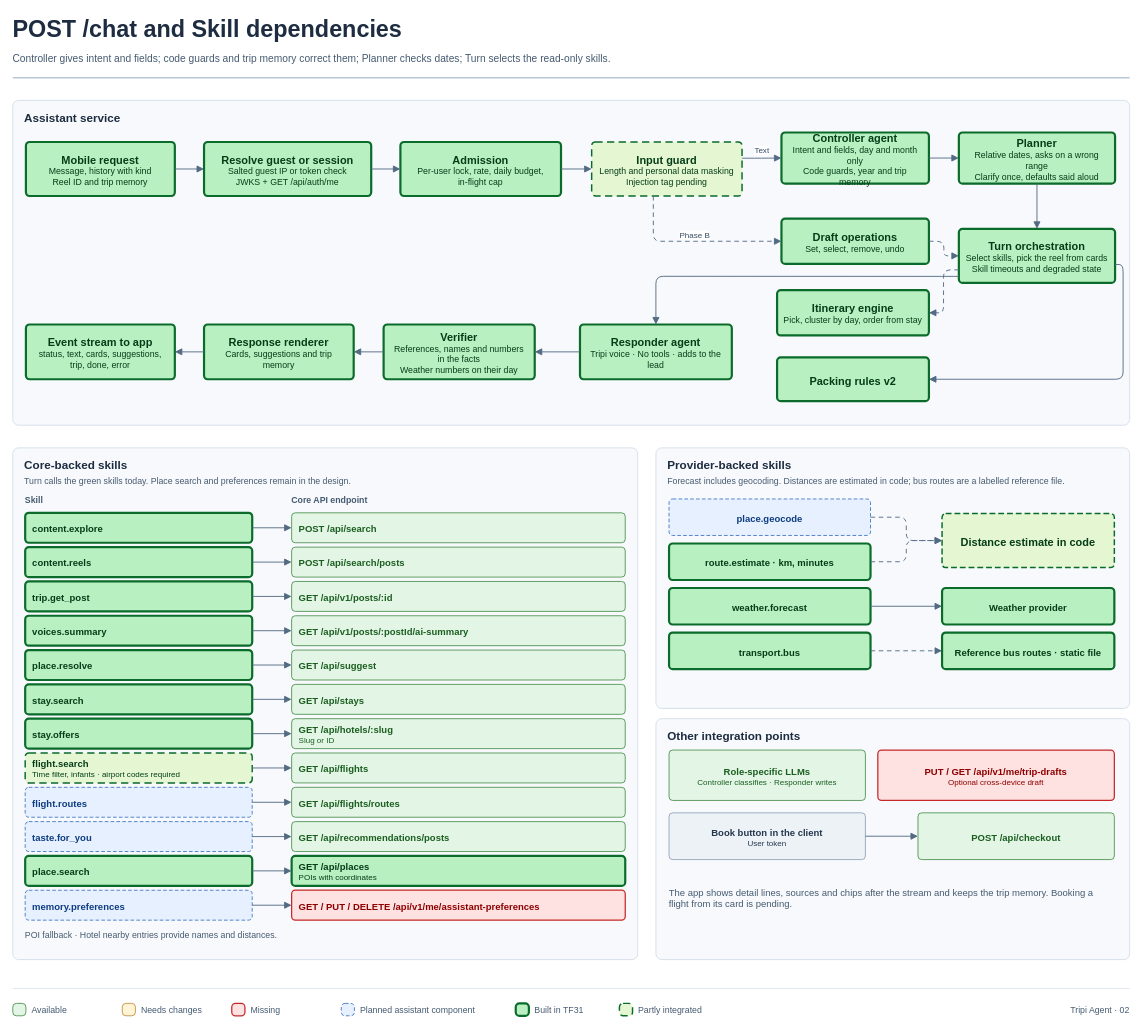
Above: page "02 Luồng chat và Skill" (3 of 6) of docs/architecture/tripi-agent-kien-truc-chi-tiet.drawio in Sukemcute/tripflix-ai (draw.io), before the change. Source tidied: cells renumbered, new cells numbered last; positions are measured from the earlier drawing's top-left corner, leaving out a move shared by most shapes. Both pictures are drawn from the tidied source at 73%, with x=0, y=0 at pixel (12, 12).
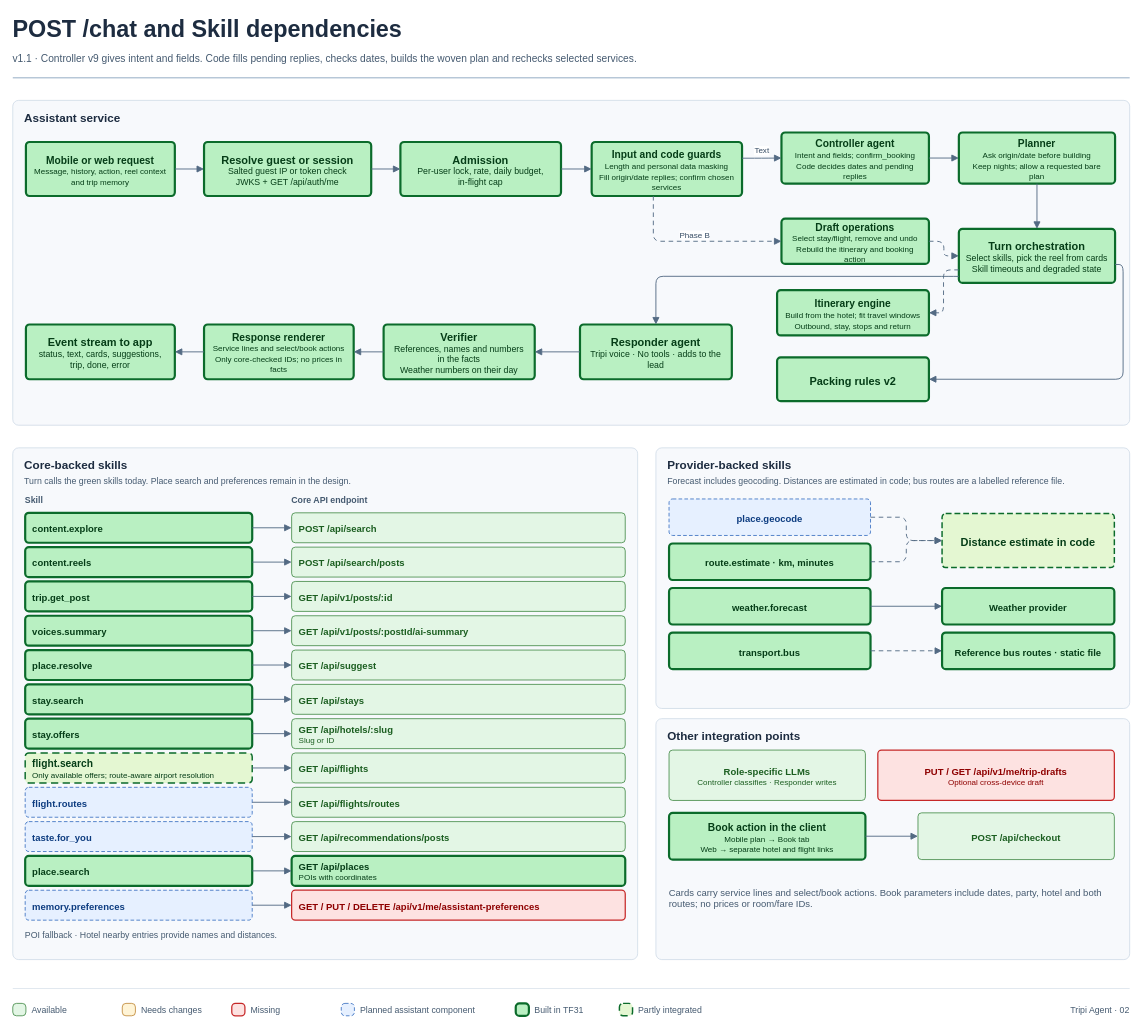
The same diagram, later.

Diff of the diagram source:
```diff
@@
-    <mxCell id="3" value="Controller gives intent and fields; code guards and trip memory correct them; Planner checks dates; Turn selects the read-only skills." style="whiteSpace=wrap;html=1;fillColor=none;fontFamily=Arial;text;whiteSpace=wrap;strokeColor=none;align=left;verticalAlign=middle;spacing=0;fontSize=14;fontColor=#455A70;fontStyle=0;" parent="1" vertex="1">
+    <mxCell id="3" value="v1.1 · Controller v9 gives intent and fields. Code fills pending replies, checks dates, builds the woven plan and rechecks selected services." style="whiteSpace=wrap;html=1;fillColor=none;fontFamily=Arial;text;whiteSpace=wrap;strokeColor=none;align=left;verticalAlign=middle;spacing=0;fontSize=14;fontColor=#455A70;fontStyle=0;" parent="1" vertex="1">
       <mxGeometry y="51" width="1530" height="24" as="geometry" />
     </mxCell>
@@
-    <mxCell id="17" value="&lt;span style=&quot;font-size:15px&quot;&gt;&lt;b&gt;Mobile request&lt;/b&gt;&lt;/span&gt;&lt;br&gt;&lt;span style=&quot;font-size:12px&quot;&gt;Message, history with kind&lt;br&gt;Reel ID and trip memory&lt;/span&gt;" style="whiteSpace=wrap;html=1;fontFamily=Arial;rounded=1;absoluteArcSize=1;arcSize=10;align=center;verticalAlign=middle;spacingLeft=8;spacingRight=8;spacingTop=3;fillColor=#B9F0C2;strokeColor=#0B6B2B;fontColor=#053D17;strokeWidth=3;" parent="1" vertex="1">
+    <mxCell id="17" value="&lt;b style=&quot;font-size:14px&quot;&gt;Mobile or web request&lt;/b&gt;&lt;br&gt;&lt;span style=&quot;font-size:11px&quot;&gt;Message, history, action, reel context and trip memory&lt;/span&gt;" style="whiteSpace=wrap;html=1;fontFamily=Arial;rounded=1;absoluteArcSize=1;arcSize=10;align=center;verticalAlign=middle;spacingLeft=8;spacingRight=8;spacingTop=3;fillColor=#B9F0C2;strokeColor=#0B6B2B;fontColor=#053D17;strokeWidth=3;" parent="1" vertex="1">
       <mxGeometry x="18" y="177" width="204" height="74" as="geometry" />
     </mxCell>
@@
-    <mxCell id="20" value="&lt;span style=&quot;font-size:15px&quot;&gt;&lt;b&gt;Input guard&lt;/b&gt;&lt;/span&gt;&lt;br&gt;&lt;span style=&quot;font-size:12px&quot;&gt;Length and personal data masking&lt;br&gt;Injection tag pending&lt;/span&gt;" style="whiteSpace=wrap;html=1;fontFamily=Arial;rounded=1;absoluteArcSize=1;arcSize=10;align=center;verticalAlign=middle;spacingLeft=8;spacingRight=8;spacingTop=3;fillColor=#E4F7D2;strokeColor=#0B6B2B;fontColor=#053D17;strokeWidth=2;dashed=1;dashPattern=5 3;" parent="1" vertex="1">
+    <mxCell id="20" value="&lt;b style=&quot;font-size:14px&quot;&gt;Input and code guards&lt;/b&gt;&lt;br&gt;&lt;span style=&quot;font-size:11px&quot;&gt;Length and personal data masking&lt;br&gt;Fill origin/date replies; confirm chosen services&lt;/span&gt;" style="whiteSpace=wrap;html=1;fontFamily=Arial;rounded=1;absoluteArcSize=1;arcSize=10;align=center;verticalAlign=middle;spacingLeft=8;spacingRight=8;spacingTop=3;fillColor=#B9F0C2;strokeColor=#0B6B2B;fontColor=#053D17;strokeWidth=3;" parent="1" vertex="1">
       <mxGeometry x="793" y="177" width="206" height="74" as="geometry" />
     </mxCell>
-    <mxCell id="21" value="&lt;span style=&quot;font-size:15px&quot;&gt;&lt;b&gt;Controller agent&lt;/b&gt;&lt;/span&gt;&lt;br&gt;&lt;span style=&quot;font-size:12px&quot;&gt;Intent and fields, day and month only&lt;br&gt;Code guards, year and trip memory&lt;/span&gt;" style="whiteSpace=wrap;html=1;fontFamily=Arial;rounded=1;absoluteArcSize=1;arcSize=10;align=center;verticalAlign=middle;spacingLeft=8;spacingRight=8;spacingTop=3;fillColor=#B9F0C2;strokeColor=#0B6B2B;fontColor=#053D17;strokeWidth=3;" parent="1" vertex="1">
+    <mxCell id="21" value="&lt;b style=&quot;font-size:14px&quot;&gt;Controller agent&lt;/b&gt;&lt;br&gt;&lt;span style=&quot;font-size:11px&quot;&gt;Intent and fields; confirm_booking&lt;br&gt;Code decides dates and pending replies&lt;/span&gt;" style="whiteSpace=wrap;html=1;fontFamily=Arial;rounded=1;absoluteArcSize=1;arcSize=10;align=center;verticalAlign=middle;spacingLeft=8;spacingRight=8;spacingTop=3;fillColor=#B9F0C2;strokeColor=#0B6B2B;fontColor=#053D17;strokeWidth=3;" parent="1" vertex="1">
       <mxGeometry x="1053" y="164" width="202" height="70" as="geometry" />
     </mxCell>
-    <mxCell id="22" value="&lt;span style=&quot;font-size:15px&quot;&gt;&lt;b&gt;Draft operations&lt;/b&gt;&lt;/span&gt;&lt;br&gt;&lt;span style=&quot;font-size:12px&quot;&gt;Set, select, remove, undo&lt;/span&gt;" style="whiteSpace=wrap;html=1;fontFamily=Arial;rounded=1;absoluteArcSize=1;arcSize=10;align=center;verticalAlign=middle;spacingLeft=8;spacingRight=8;spacingTop=3;fillColor=#B9F0C2;strokeColor=#0B6B2B;fontColor=#053D17;strokeWidth=3;" parent="1" vertex="1">
+    <mxCell id="22" value="&lt;b style=&quot;font-size:14px&quot;&gt;Draft operations&lt;/b&gt;&lt;br&gt;&lt;span style=&quot;font-size:11px&quot;&gt;Select stay/flight, remove and undo&lt;br&gt;Rebuild the itinerary and booking action&lt;/span&gt;" style="whiteSpace=wrap;html=1;fontFamily=Arial;rounded=1;absoluteArcSize=1;arcSize=10;align=center;verticalAlign=middle;spacingLeft=8;spacingRight=8;spacingTop=3;fillColor=#B9F0C2;strokeColor=#0B6B2B;fontColor=#053D17;strokeWidth=3;" parent="1" vertex="1">
       <mxGeometry x="1053" y="282" width="202" height="62" as="geometry" />
     </mxCell>
-    <mxCell id="23" value="&lt;span style=&quot;font-size:15px&quot;&gt;&lt;b&gt;Planner&lt;/b&gt;&lt;/span&gt;&lt;br&gt;&lt;span style=&quot;font-size:12px&quot;&gt;Relative dates, asks on a wrong range&lt;br&gt;Clarify once, defaults said aloud&lt;/span&gt;" style="whiteSpace=wrap;html=1;fontFamily=Arial;rounded=1;absoluteArcSize=1;arcSize=10;align=center;verticalAlign=middle;spacingLeft=8;spacingRight=8;spacingTop=3;fillColor=#B9F0C2;strokeColor=#0B6B2B;fontColor=#053D17;strokeWidth=3;" parent="1" vertex="1">
+    <mxCell id="23" value="&lt;b style=&quot;font-size:14px&quot;&gt;Planner&lt;/b&gt;&lt;br&gt;&lt;span style=&quot;font-size:11px&quot;&gt;Ask origin/date before building&lt;br&gt;Keep nights; allow a requested bare plan&lt;/span&gt;" style="whiteSpace=wrap;html=1;fontFamily=Arial;rounded=1;absoluteArcSize=1;arcSize=10;align=center;verticalAlign=middle;spacingLeft=8;spacingRight=8;spacingTop=3;fillColor=#B9F0C2;strokeColor=#0B6B2B;fontColor=#053D17;strokeWidth=3;" parent="1" vertex="1">
       <mxGeometry x="1296" y="164" width="214" height="70" as="geometry" />
     </mxCell>
@@
-    <mxCell id="25" value="&lt;span style=&quot;font-size:15px&quot;&gt;&lt;b&gt;Itinerary engine&lt;/b&gt;&lt;/span&gt;&lt;br&gt;&lt;span style=&quot;font-size:12px&quot;&gt;Pick, cluster by day, order from stay&lt;/span&gt;" style="whiteSpace=wrap;html=1;fontFamily=Arial;rounded=1;absoluteArcSize=1;arcSize=10;align=center;verticalAlign=middle;spacingLeft=8;spacingRight=8;spacingTop=3;fillColor=#B9F0C2;strokeColor=#0B6B2B;fontColor=#053D17;strokeWidth=3;" parent="1" vertex="1">
+    <mxCell id="25" value="&lt;b style=&quot;font-size:14px&quot;&gt;Itinerary engine&lt;/b&gt;&lt;br&gt;&lt;span style=&quot;font-size:11px&quot;&gt;Build from the hotel; fit travel windows&lt;br&gt;Outbound, stay, stops and return&lt;/span&gt;" style="whiteSpace=wrap;html=1;fontFamily=Arial;rounded=1;absoluteArcSize=1;arcSize=10;align=center;verticalAlign=middle;spacingLeft=8;spacingRight=8;spacingTop=3;fillColor=#B9F0C2;strokeColor=#0B6B2B;fontColor=#053D17;strokeWidth=3;" parent="1" vertex="1">
       <mxGeometry x="1047" y="380" width="208" height="62" as="geometry" />
     </mxCell>
@@
-    <mxCell id="29" value="&lt;span style=&quot;font-size:15px&quot;&gt;&lt;b&gt;Response renderer&lt;/b&gt;&lt;/span&gt;&lt;br&gt;&lt;span style=&quot;font-size:12px&quot;&gt;Cards, suggestions and trip memory&lt;/span&gt;" style="whiteSpace=wrap;html=1;fontFamily=Arial;rounded=1;absoluteArcSize=1;arcSize=10;align=center;verticalAlign=middle;spacingLeft=8;spacingRight=8;spacingTop=3;fillColor=#B9F0C2;strokeColor=#0B6B2B;fontColor=#053D17;strokeWidth=3;" parent="1" vertex="1">
+    <mxCell id="29" value="&lt;b style=&quot;font-size:14px&quot;&gt;Response renderer&lt;/b&gt;&lt;br&gt;&lt;span style=&quot;font-size:11px&quot;&gt;Service lines and select/book actions&lt;br&gt;Only core-checked IDs; no prices in facts&lt;/span&gt;" style="whiteSpace=wrap;html=1;fontFamily=Arial;rounded=1;absoluteArcSize=1;arcSize=10;align=center;verticalAlign=middle;spacingLeft=8;spacingRight=8;spacingTop=3;fillColor=#B9F0C2;strokeColor=#0B6B2B;fontColor=#053D17;strokeWidth=3;" parent="1" vertex="1">
       <mxGeometry x="262" y="427" width="205" height="75" as="geometry" />
     </mxCell>
@@
-    <mxCell id="74" value="&lt;span style=&quot;font-size:13px&quot;&gt;&lt;b&gt;flight.search&lt;/b&gt;&lt;/span&gt;&lt;br&gt;&lt;span style=&quot;font-size:11px&quot;&gt;Time filter, infants · airport codes required&lt;/span&gt;" style="whiteSpace=wrap;html=1;fontFamily=Arial;rounded=1;absoluteArcSize=1;arcSize=10;align=left;verticalAlign=middle;spacingLeft=8;spacingRight=8;spacingTop=3;fillColor=#E4F7D2;strokeColor=#0B6B2B;fontColor=#053D17;strokeWidth=2;dashed=1;dashPattern=5 3;" parent="1" vertex="1">
+    <mxCell id="74" value="&lt;b style=&quot;font-size:14px&quot;&gt;flight.search&lt;/b&gt;&lt;br&gt;&lt;span style=&quot;font-size:11px&quot;&gt;Only available offers; route-aware airport resolution&lt;/span&gt;" style="whiteSpace=wrap;html=1;fontFamily=Arial;rounded=1;absoluteArcSize=1;arcSize=10;align=left;verticalAlign=middle;spacingLeft=8;spacingRight=8;spacingTop=3;fillColor=#E4F7D2;strokeColor=#0B6B2B;fontColor=#053D17;strokeWidth=2;dashed=1;dashPattern=5 3;" parent="1" vertex="1">
       <mxGeometry x="17" y="1014" width="311" height="41" as="geometry" />
     </mxCell>
@@
-    <mxCell id="105" value="&lt;span style=&quot;font-size:13px&quot;&gt;&lt;b&gt;Book button in the client&lt;/b&gt;&lt;/span&gt;&lt;br&gt;&lt;span style=&quot;font-size:11px&quot;&gt;User token&lt;/span&gt;" style="whiteSpace=wrap;html=1;fillColor=#edf2f7;fontFamily=Arial;rounded=1;absoluteArcSize=1;arcSize=10;strokeColor=#8193ab;fontColor=#24374e;align=center;verticalAlign=middle;spacingLeft=8;spacingRight=8;spacingTop=3;" parent="1" vertex="1">
+    <mxCell id="105" value="&lt;b style=&quot;font-size:14px&quot;&gt;Book action in the client&lt;/b&gt;&lt;br&gt;&lt;span style=&quot;font-size:11px&quot;&gt;Mobile plan → Book tab&lt;br&gt;Web → separate hotel and flight links&lt;/span&gt;" style="whiteSpace=wrap;html=1;fontFamily=Arial;rounded=1;absoluteArcSize=1;arcSize=10;align=center;verticalAlign=middle;spacingLeft=8;spacingRight=8;spacingTop=3;fillColor=#B9F0C2;strokeColor=#0B6B2B;fontColor=#053D17;strokeWidth=3;" parent="1" vertex="1">
       <mxGeometry x="899" y="1096" width="269" height="64" as="geometry" />
     </mxCell>
@@
-    <mxCell id="108" value="The app shows detail lines, sources and chips after the stream and keeps the trip memory. Booking a flight from its card is pending." style="whiteSpace=wrap;html=1;fillColor=none;fontFamily=Arial;text;whiteSpace=wrap;strokeColor=none;align=left;verticalAlign=middle;spacing=0;fontSize=13;fontColor=#455A70;fontStyle=0;" parent="1" vertex="1">
+    <mxCell id="108" value="Cards carry service lines and select/book actions. Book parameters include dates, party, hotel and both routes; no prices or room/fare IDs." style="whiteSpace=wrap;html=1;fillColor=none;fontFamily=Arial;text;whiteSpace=wrap;strokeColor=none;align=left;verticalAlign=middle;spacing=0;fontSize=13;fontColor=#455A70;fontStyle=0;" parent="1" vertex="1">
       <mxGeometry x="899" y="1181" width="604" height="64" as="geometry" />
     </mxCell>
```
